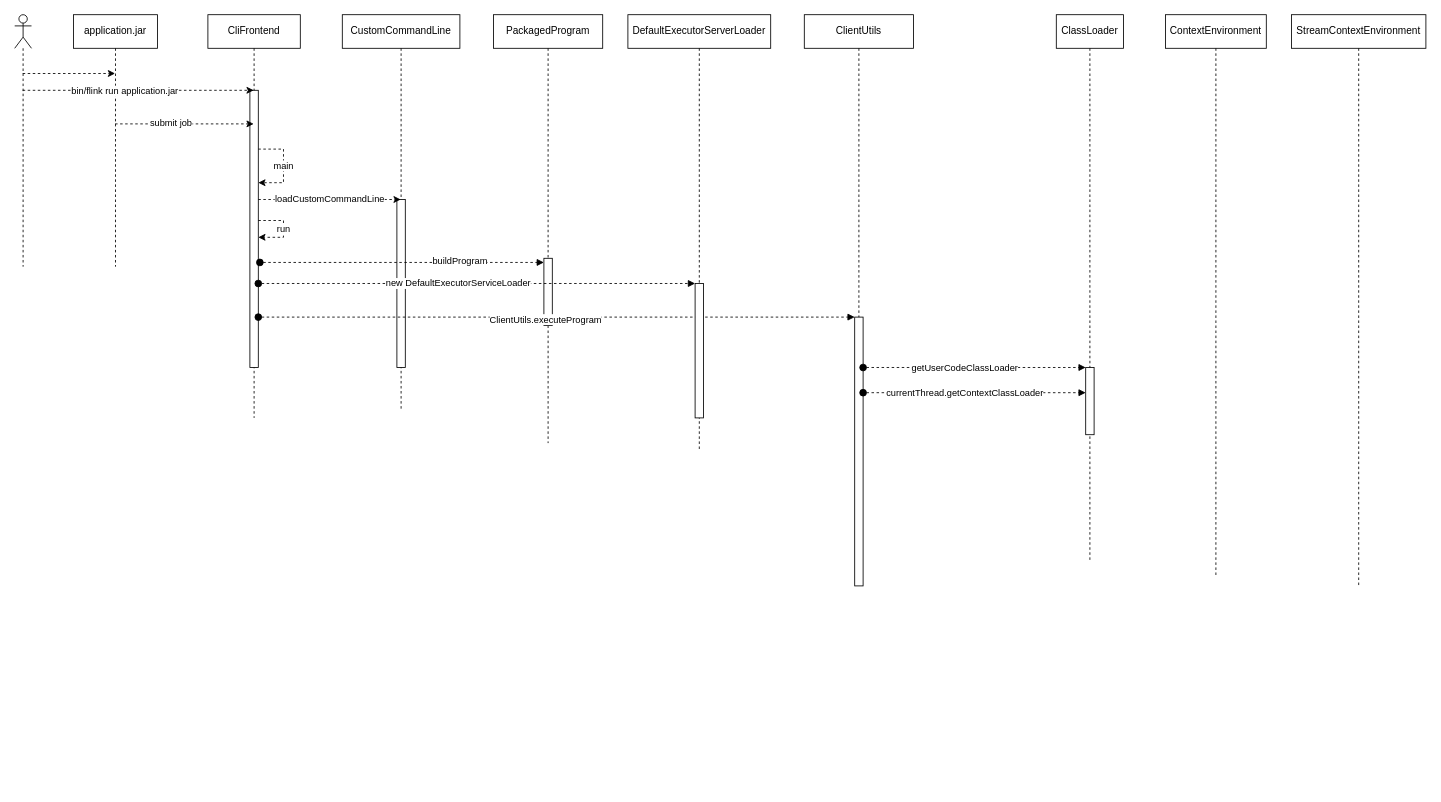
This is files/未命名绘图.drawio from zhilongWen/flink_, a draw.io file, before an edit. Source tidied: cells renumbered, new cells numbered last; positions are measured from the earlier drawing's top-left corner, leaving out a move shared by most shapes. Both pictures are drawn from the tidied source at 84%, with x=0, y=0 at pixel (14, 14).
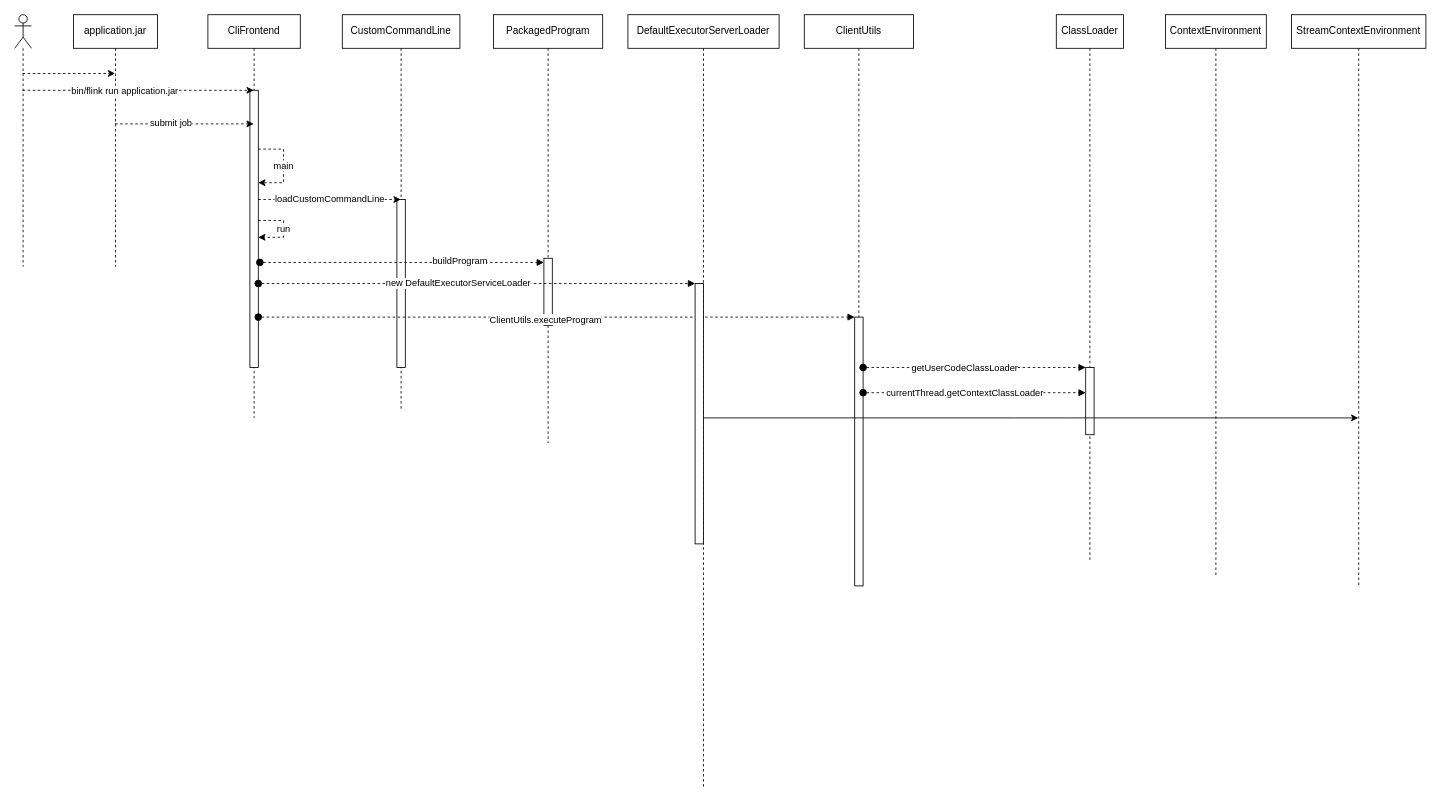
The same page after the edit.

Unchanged cells that the change refers to:
```xml
<mxCell id="31" value="StreamContextEnvironment" style="shape=umlLifeline;perimeter=lifelinePerimeter;whiteSpace=wrap;html=1;outlineConnect=0;labelBackgroundColor=none;" parent="1" vertex="1">
  <mxGeometry x="1520" width="160" height="680" as="geometry" />
</mxCell>
```

The edit, as a diff of the source:
```diff
@@
     <mxCell id="32" value="DefaultExecutorServerLoader" style="shape=umlLifeline;perimeter=lifelinePerimeter;whiteSpace=wrap;html=1;labelBackgroundColor=none;" parent="1" vertex="1">
-      <mxGeometry x="730" width="170" height="520" as="geometry" />
+      <mxGeometry x="730" width="180" height="920" as="geometry" />
     </mxCell>
     <mxCell id="33" style="html=1;points=[];perimeter=orthogonalPerimeter;labelBackgroundColor=none;" parent="32" vertex="1">
-      <mxGeometry x="80" y="320" width="10" height="160" as="geometry" />
+      <mxGeometry x="80" y="320" width="10" height="310" as="geometry" />
     </mxCell>
@@
+    <mxCell id="38" style="rounded=0;jettySize=auto;html=1;" parent="1" edge="1" source="33" target="31">
+      <mxGeometry relative="1" as="geometry">
+        <Array as="points">
+          <mxPoint x="1190" y="480" />
+          <mxPoint x="1250" y="480" />
+        </Array>
+      </mxGeometry>
+    </mxCell>
```
